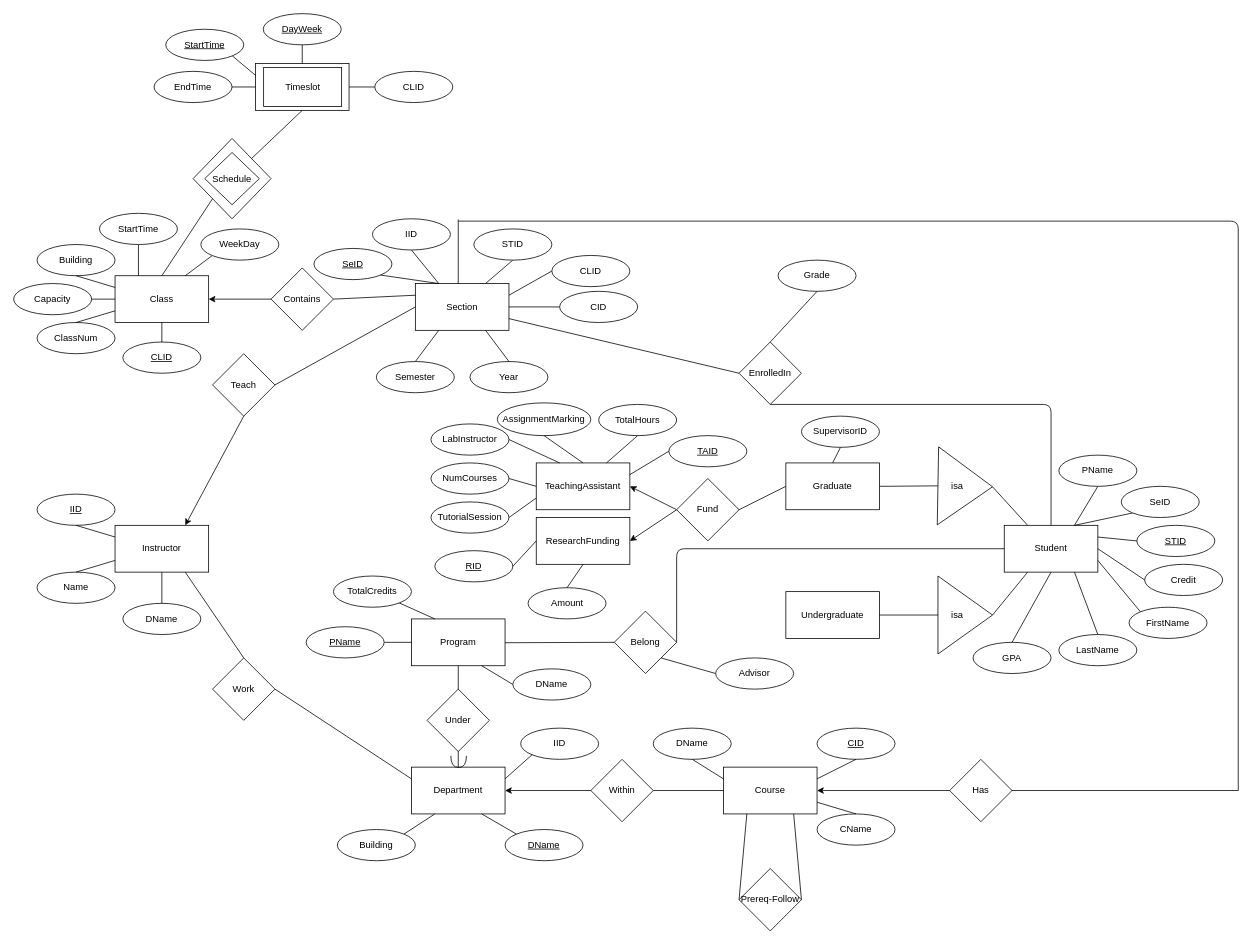
Earlier version of the draw.io diagram database/Diagram.drawio (DPigeon/University-Database). Source tidied: cells renumbered, new cells numbered last; positions are measured from the earlier drawing's top-left corner, leaving out a move shared by most shapes. Both pictures are drawn from the tidied source at 78%, with x=0, y=0 at pixel (13, 13).
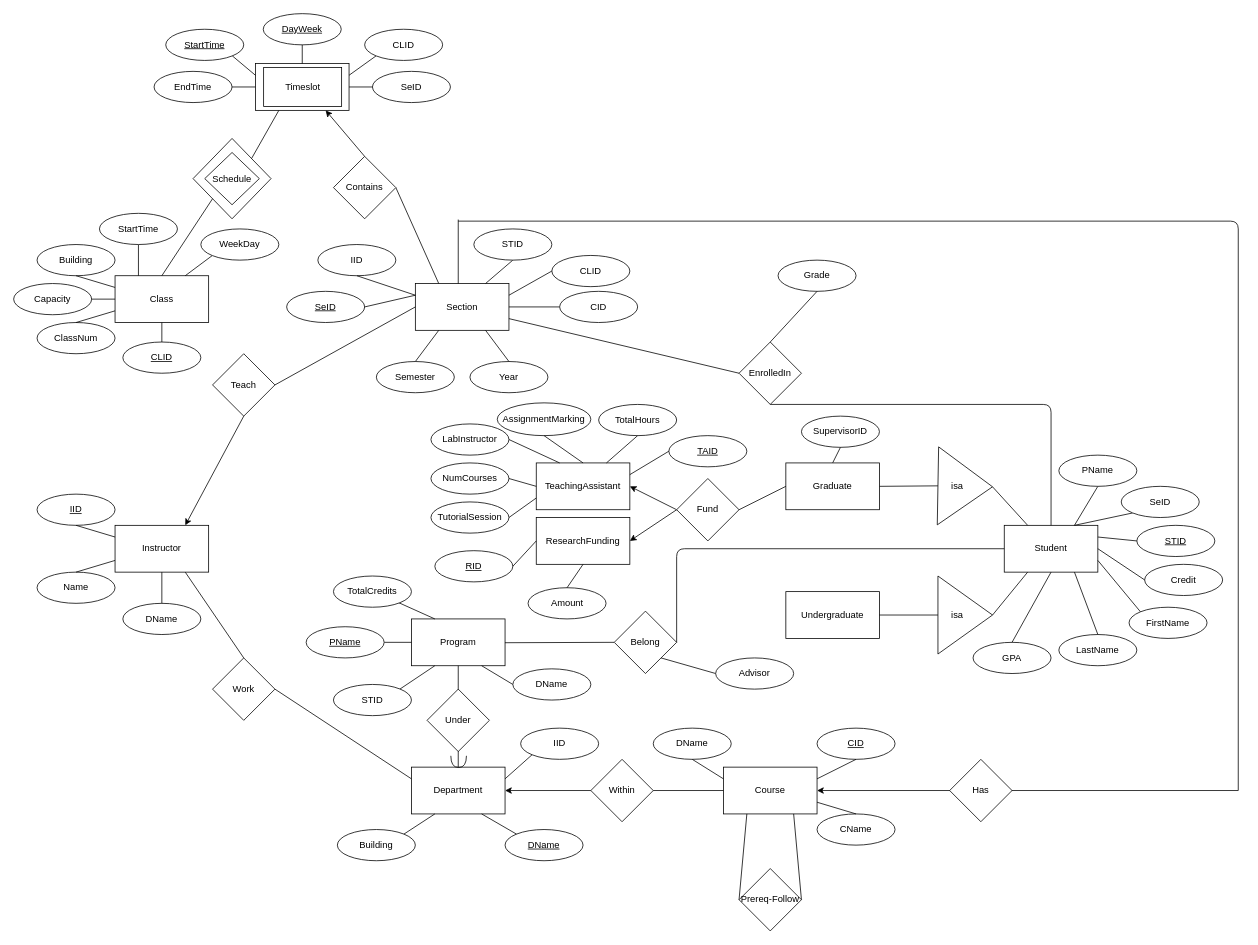
After the change.

Commit message:
Final Diagram Dont edit please

Unchanged cells that the change refers to:
```xml
<mxCell id="26" value="Program" style="rounded=0;whiteSpace=wrap;html=1;" parent="1" vertex="1">
  <mxGeometry x="510" y="776" width="120" height="60" as="geometry" />
</mxCell>
<mxCell id="37" value="Section" style="rounded=0;whiteSpace=wrap;html=1;" parent="1" vertex="1">
  <mxGeometry x="515" y="346" width="120" height="60" as="geometry" />
</mxCell>
<mxCell id="51" value="Class" style="rounded=0;whiteSpace=wrap;html=1;" parent="1" vertex="1">
  <mxGeometry x="130" y="336" width="120" height="60" as="geometry" />
</mxCell>
<mxCell id="52" style="rounded=0;whiteSpace=wrap;html=1;" parent="1" vertex="1">
  <mxGeometry x="310" y="64" width="120" height="60" as="geometry" />
</mxCell>
<mxCell id="125" style="rhombus;whiteSpace=wrap;html=1;" parent="1" vertex="1">
  <mxGeometry x="230" y="160" width="100" height="103" as="geometry" />
</mxCell>
```

Diff of the diagram source:
```diff
@@
-    <mxCell id="42" style="endArrow=none;html=1;entryX=0;entryY=0.25;entryDx=0;entryDy=0;exitX=1;exitY=0.5;exitDx=0;exitDy=0;" parent="1" edge="1" source="50" target="37">
+    <mxCell id="42" style="endArrow=none;html=1;entryX=0.25;entryY=0;entryDx=0;entryDy=0;exitX=1;exitY=0.5;exitDx=0;exitDy=0;" parent="1" edge="1" source="50" target="37">
       <mxGeometry relative="1" as="geometry" />
     </mxCell>
@@
     <mxCell id="48" value="&lt;u&gt;SeID&lt;/u&gt;" style="ellipse;whiteSpace=wrap;html=1;" parent="1" vertex="1">
-      <mxGeometry x="385" y="301" width="100" height="40" as="geometry" />
+      <mxGeometry x="350" y="356" width="100" height="40" as="geometry" />
     </mxCell>
-    <mxCell id="49" style="endArrow=none;html=1;entryX=1;entryY=1;entryDx=0;entryDy=0;exitX=0.25;exitY=0;exitDx=0;exitDy=0;" parent="1" edge="1" source="37" target="48">
+    <mxCell id="49" style="endArrow=none;html=1;entryX=1;entryY=0.5;entryDx=0;entryDy=0;exitX=0;exitY=0.25;exitDx=0;exitDy=0;" parent="1" edge="1" source="37" target="48">
       <mxGeometry relative="1" as="geometry" />
     </mxCell>
     <mxCell id="50" value="Contains" style="rhombus;whiteSpace=wrap;html=1;" parent="1" vertex="1">
-      <mxGeometry x="330" y="326" width="80" height="80" as="geometry" />
+      <mxGeometry x="410" y="183" width="80" height="80" as="geometry" />
     </mxCell>
@@
-    <mxCell id="113" style="endArrow=classic;html=1;entryX=1;entryY=0.5;entryDx=0;entryDy=0;exitX=0;exitY=0.5;exitDx=0;exitDy=0;" parent="1" edge="1" source="50" target="51">
+    <mxCell id="113" style="endArrow=classic;html=1;entryX=0.75;entryY=1;entryDx=0;entryDy=0;exitX=0.5;exitY=0;exitDx=0;exitDy=0;" parent="1" edge="1" source="50" target="52">
       <mxGeometry relative="1" as="geometry" />
     </mxCell>
@@
-    <mxCell id="127" style="endArrow=none;html=1;entryX=0.5;entryY=1;entryDx=0;entryDy=0;exitX=1;exitY=0;exitDx=0;exitDy=0;" parent="1" edge="1" source="125" target="52">
+    <mxCell id="127" style="endArrow=none;html=1;entryX=0.25;entryY=1;entryDx=0;entryDy=0;exitX=1;exitY=0;exitDx=0;exitDy=0;" parent="1" edge="1" source="125" target="52">
       <mxGeometry relative="1" as="geometry" />
     </mxCell>
@@
-    <mxCell id="135" style="endArrow=none;html=1;entryX=1;entryY=0.5;entryDx=0;entryDy=0;exitX=0;exitY=0.5;exitDx=0;exitDy=0;" parent="1" edge="1" source="136" target="52">
+    <mxCell id="135" style="endArrow=none;html=1;entryX=1;entryY=0.25;entryDx=0;entryDy=0;exitX=0;exitY=1;exitDx=0;exitDy=0;" parent="1" edge="1" source="136" target="52">
       <mxGeometry relative="1" as="geometry" />
     </mxCell>
     <mxCell id="136" value="CLID" style="ellipse;whiteSpace=wrap;html=1;" parent="1" vertex="1">
-      <mxGeometry x="463" y="74" width="100" height="40" as="geometry" />
+      <mxGeometry x="450" y="20" width="100" height="40" as="geometry" />
     </mxCell>
@@
     <mxCell id="146" value="IID" style="ellipse;whiteSpace=wrap;html=1;" parent="1" vertex="1">
-      <mxGeometry x="460" y="263" width="100" height="40" as="geometry" />
+      <mxGeometry x="390" y="296" width="100" height="40" as="geometry" />
     </mxCell>
-    <mxCell id="147" style="endArrow=none;html=1;exitX=0.25;exitY=0;exitDx=0;exitDy=0;entryX=0.5;entryY=1;entryDx=0;entryDy=0;" parent="1" edge="1" source="37" target="146">
+    <mxCell id="147" style="endArrow=none;html=1;exitX=0;exitY=0.25;exitDx=0;exitDy=0;entryX=0.5;entryY=1;entryDx=0;entryDy=0;" parent="1" edge="1" source="37" target="146">
       <mxGeometry relative="1" as="geometry" />
     </mxCell>
@@
+    <mxCell id="156" value="SeID" style="ellipse;whiteSpace=wrap;html=1;" parent="1" vertex="1">
+      <mxGeometry x="460" y="74" width="100" height="40" as="geometry" />
+    </mxCell>
+    <mxCell id="157" style="endArrow=none;html=1;entryX=0;entryY=0.5;entryDx=0;entryDy=0;exitX=1;exitY=0.5;exitDx=0;exitDy=0;" parent="1" edge="1" source="52" target="156">
+      <mxGeometry relative="1" as="geometry" />
+    </mxCell>
+    <mxCell id="158" value="STID" style="ellipse;whiteSpace=wrap;html=1;" parent="1" vertex="1">
+      <mxGeometry x="410" y="860" width="100" height="40" as="geometry" />
+    </mxCell>
+    <mxCell id="159" style="endArrow=none;html=1;entryX=0.25;entryY=1;entryDx=0;entryDy=0;exitX=1;exitY=0;exitDx=0;exitDy=0;" parent="1" edge="1" source="158" target="26">
+      <mxGeometry relative="1" as="geometry" />
+    </mxCell>
```
